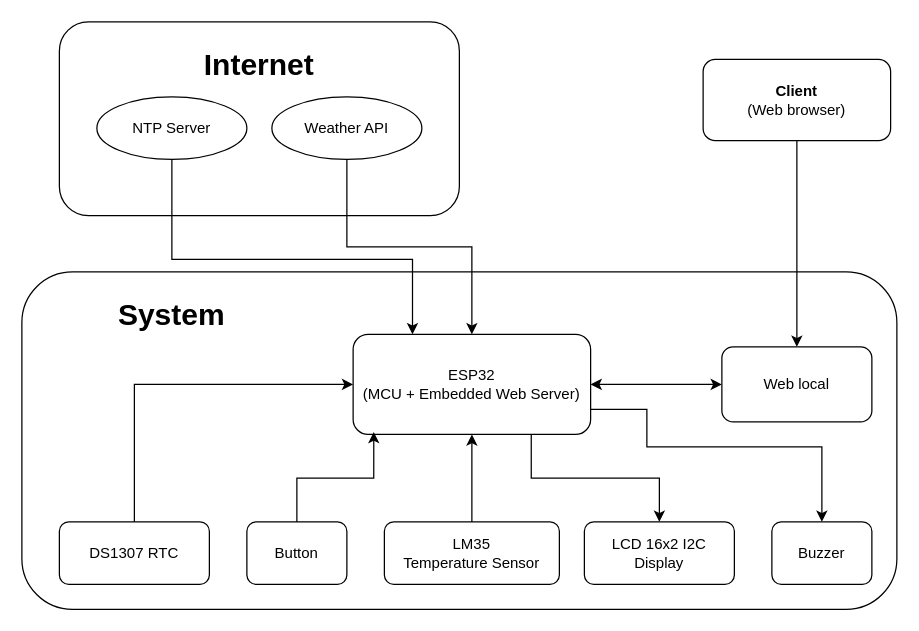
Above: docs/block_diagram.drawio in lgdlong/digital-clock-iot-g1 (draw.io), before the change. Source tidied: cells renumbered, new cells numbered last; positions are measured from the earlier drawing's top-left corner, leaving out a move shared by most shapes. Both pictures are drawn from the tidied source at 125%, with x=0, y=0 at pixel (21, 21).
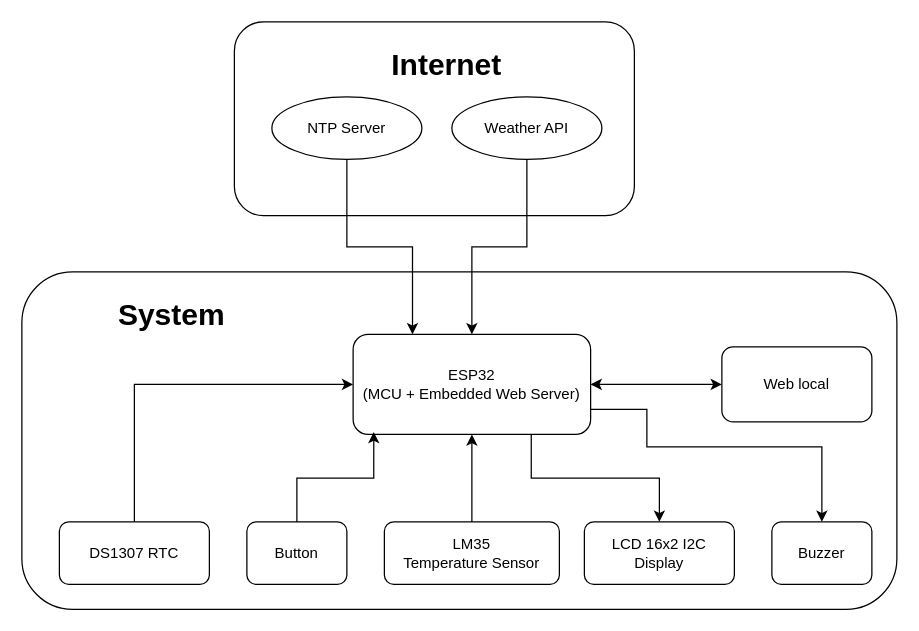
Above is the later version.

The change refers to these unchanged cells:
```xml
<mxCell id="7" value="ESP32&lt;br&gt;(MCU + Embedded Web Server)" style="rounded=1;whiteSpace=wrap;html=1;" parent="1" vertex="1">
  <mxGeometry x="265" y="250" width="190" height="80" as="geometry" />
</mxCell>
<mxCell id="24" value="Web local" style="rounded=1;whiteSpace=wrap;html=1;" parent="1" vertex="1">
  <mxGeometry x="560" y="260" width="120" height="60" as="geometry" />
</mxCell>
```

What changed in the source:
```diff
@@
     <mxCell id="2" style="rounded=1;whiteSpace=wrap;html=1;" parent="1" vertex="1">
-      <mxGeometry x="30" width="320" height="155" as="geometry" />
+      <mxGeometry x="170" width="320" height="155" as="geometry" />
     </mxCell>
@@
     <mxCell id="16" style="edgeStyle=orthogonalEdgeStyle;rounded=0;jettySize=auto;html=1;exitX=0.5;exitY=1;exitDx=0;exitDy=0;entryX=0.25;entryY=0;entryDx=0;entryDy=0;" parent="1" edge="1" source="17" target="7">
       <mxGeometry relative="1" as="geometry">
         <Array as="points">
-          <mxPoint x="120" y="190" />
-          <mxPoint x="313" y="190" />
+          <mxPoint x="260" y="180" />
+          <mxPoint x="313" y="180" />
         </Array>
       </mxGeometry>
     </mxCell>
     <mxCell id="17" value="NTP Server" style="ellipse;whiteSpace=wrap;html=1;" parent="1" vertex="1">
-      <mxGeometry x="60" y="60" width="120" height="50" as="geometry" />
+      <mxGeometry x="200" y="60" width="120" height="50" as="geometry" />
     </mxCell>
@@
     <mxCell id="19" value="Weather API" style="ellipse;whiteSpace=wrap;html=1;" parent="1" vertex="1">
-      <mxGeometry x="200" y="60" width="120" height="50" as="geometry" />
+      <mxGeometry x="344" y="60" width="120" height="50" as="geometry" />
     </mxCell>
     <mxCell id="20" value="&lt;font style=&quot;font-size: 24px;&quot;&gt;Internet&lt;/font&gt;" style="text;html=1;align=center;verticalAlign=middle;whiteSpace=wrap;rounded=0;fontStyle=1;" parent="1" vertex="1">
-      <mxGeometry x="160" y="20" width="60" height="30" as="geometry" />
+      <mxGeometry x="310" y="20" width="60" height="30" as="geometry" />
     </mxCell>
@@
-    <mxCell id="22" style="edgeStyle=orthogonalEdgeStyle;rounded=0;jettySize=auto;html=1;exitX=0.5;exitY=1;exitDx=0;exitDy=0;entryX=0.5;entryY=0;entryDx=0;entryDy=0;" parent="1" edge="1" source="23" target="24">
-      <mxGeometry relative="1" as="geometry" />
-    </mxCell>
-    <mxCell id="23" value="&lt;font style=&quot;font-size: 12px;&quot;&gt;&lt;b&gt;Client&lt;/b&gt;&lt;br&gt;(Web browser)&lt;/font&gt;" style="rounded=1;whiteSpace=wrap;html=1;" parent="1" vertex="1">
-      <mxGeometry x="545" y="30" width="150" height="65" as="geometry" />
-    </mxCell>
```
